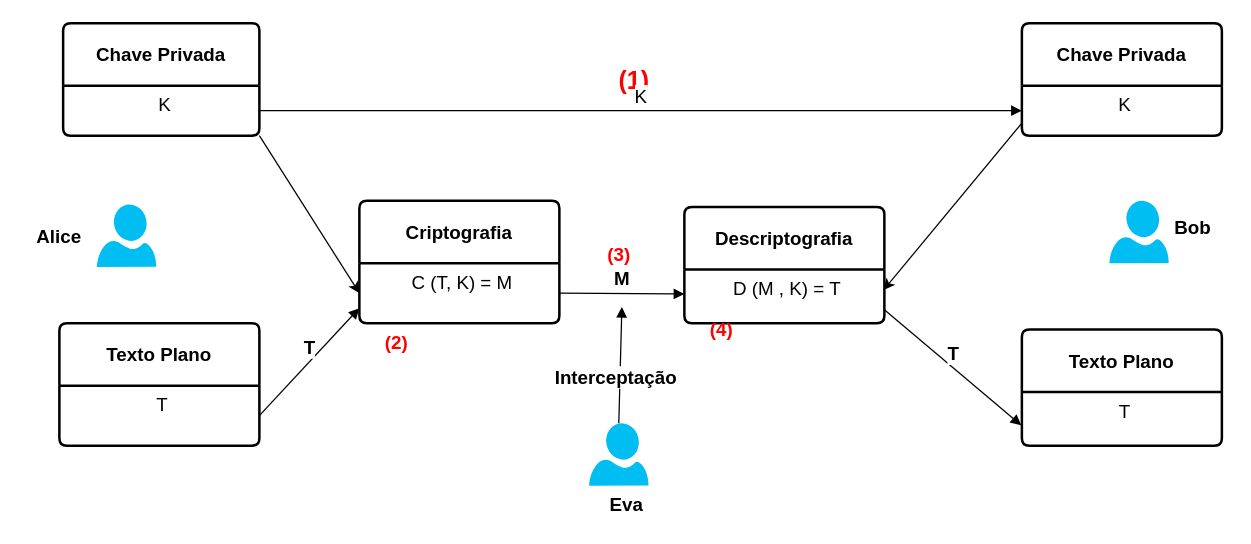
This is conceitos/img/algoritmo_simetrico.drawio from abreuferr/criptografia, a draw.io file, before an edit. Source tidied: cells renumbered, new cells numbered last; positions are measured from the earlier drawing's top-left corner, leaving out a move shared by most shapes. Both pictures are drawn from the tidied source at 125%, with x=0, y=0 at pixel (21, 22).
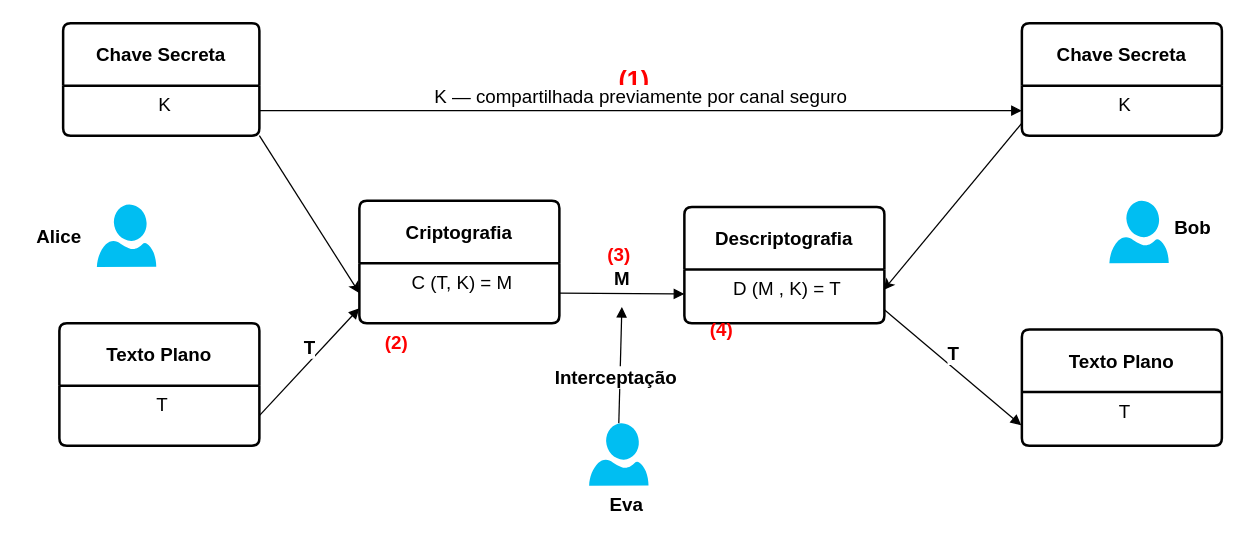
The same diagram, later.

Commit message (it also covers changes not shown here):
Clarifica diagramas e exemplos de criptografia

The change refers to these unchanged cells:
```xml
<mxCell id="8" value="&lt;font style=&quot;font-size: 15px;&quot;&gt;K&lt;/font&gt;" style="align=center;strokeColor=none;fillColor=none;spacingLeft=4;fontSize=12;verticalAlign=top;html=1;" parent="7" vertex="1">
  <mxGeometry y="50" width="157" height="40" as="geometry" />
</mxCell>
<mxCell id="14" value="&lt;font style=&quot;font-size: 15px;&quot;&gt;K&lt;/font&gt;" style="align=center;strokeColor=none;fillColor=none;spacingLeft=4;fontSize=12;verticalAlign=top;html=1;" parent="13" vertex="1">
  <mxGeometry y="50" width="160" height="40" as="geometry" />
</mxCell>
```

The edit, as a diff of the source:
```diff
@@
-    <mxCell id="7" value="&lt;b&gt;&lt;font style=&quot;font-size: 15px;&quot;&gt;Chave Privada&lt;/font&gt;&lt;/b&gt;" style="swimlane;horizontal=1;startSize=50;rounded=1;fontSize=14;fontStyle=0;strokeWidth=2;shadow=0;dashed=0;align=center;arcSize=4;whiteSpace=wrap;html=1;" parent="1" vertex="1">
+    <mxCell id="7" value="&lt;b&gt;&lt;font style=&quot;font-size: 15px;&quot;&gt;Chave Secreta&lt;/font&gt;&lt;/b&gt;" style="swimlane;horizontal=1;startSize=50;rounded=1;fontSize=14;fontStyle=0;strokeWidth=2;shadow=0;dashed=0;align=center;arcSize=4;whiteSpace=wrap;html=1;" parent="1" vertex="1">
       <mxGeometry x="33" width="157" height="90" as="geometry" />
     </mxCell>
@@
-    <mxCell id="13" value="&lt;b&gt;&lt;font style=&quot;font-size: 15px;&quot;&gt;Chave Privada&lt;/font&gt;&lt;/b&gt;" style="swimlane;horizontal=1;startSize=50;rounded=1;fontSize=14;fontStyle=0;strokeWidth=2;shadow=0;dashed=0;align=center;arcSize=4;whiteSpace=wrap;html=1;" parent="1" vertex="1">
+    <mxCell id="13" value="&lt;b&gt;&lt;font style=&quot;font-size: 15px;&quot;&gt;Chave Secreta&lt;/font&gt;&lt;/b&gt;" style="swimlane;horizontal=1;startSize=50;rounded=1;fontSize=14;fontStyle=0;strokeWidth=2;shadow=0;dashed=0;align=center;arcSize=4;whiteSpace=wrap;html=1;" parent="1" vertex="1">
       <mxGeometry x="800" width="160" height="90" as="geometry" />
     </mxCell>
@@
-    <mxCell id="23" value="&lt;font style=&quot;font-size: 15px;&quot;&gt;K&lt;/font&gt;" style="html=1;verticalAlign=bottom;endArrow=block;curved=0;rounded=0;exitX=1;exitY=0.5;exitDx=0;exitDy=0;entryX=0;entryY=0.5;entryDx=0;entryDy=0;" parent="1" edge="1" source="8" target="14">
+    <mxCell id="23" value="&lt;font style=&quot;font-size: 15px;&quot;&gt;K — compartilhada previamente por canal seguro&lt;/font&gt;" style="html=1;verticalAlign=bottom;endArrow=block;curved=0;rounded=0;exitX=1;exitY=0.5;exitDx=0;exitDy=0;entryX=0;entryY=0.5;entryDx=0;entryDy=0;" parent="1" edge="1" source="8" target="14">
       <mxGeometry relative="1" as="geometry" />
     </mxCell>
```
